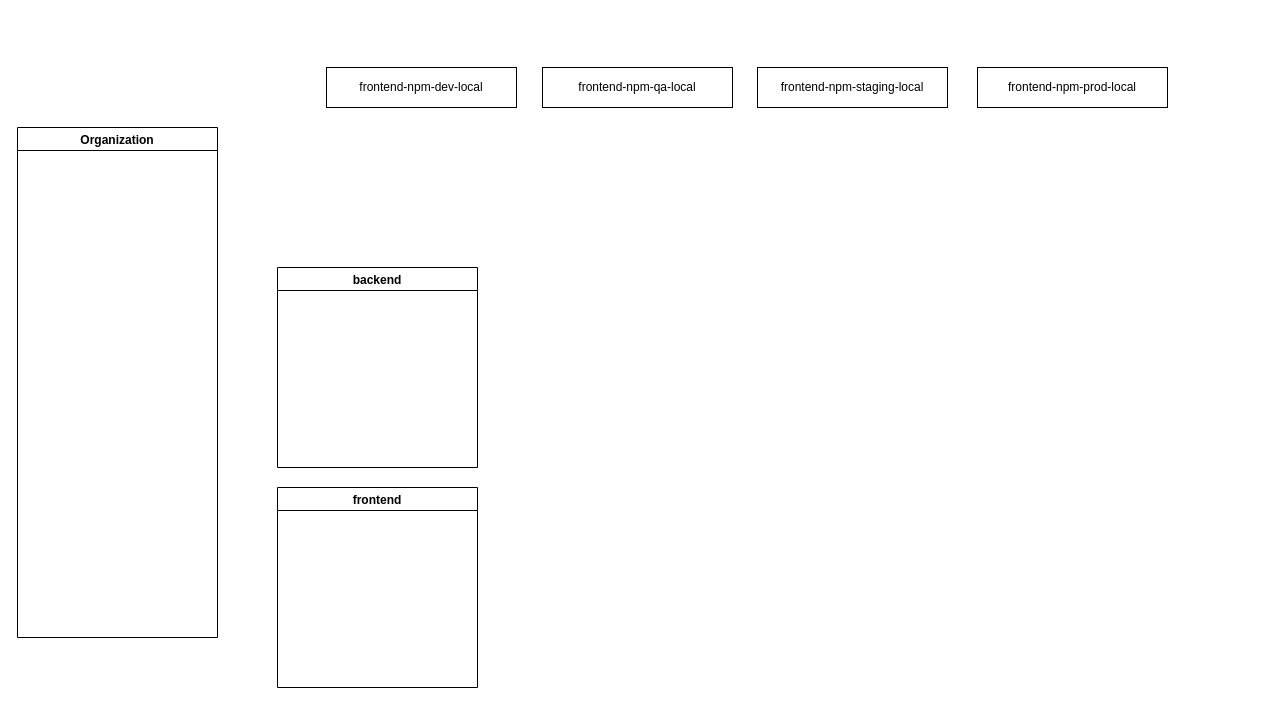
This is 未命名绘图.drawio from PanC123/hello, a draw.io file, before an edit. Source tidied: cells renumbered, new cells numbered last; positions are measured from the earlier drawing's top-left corner, leaving out a move shared by most shapes. Both pictures are drawn from the tidied source at 100%, with x=0, y=0 at pixel (17, 67).
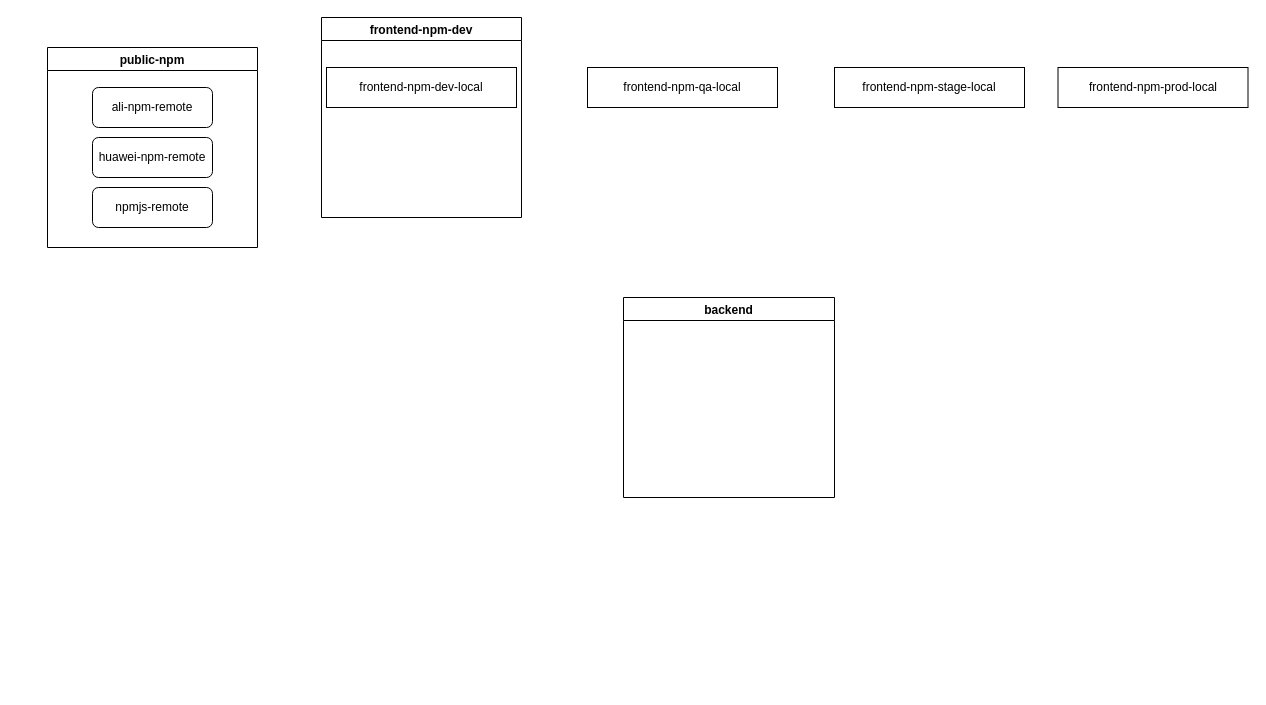
The same page after the edit.

Commit message:
更新未命名绘图.drawio

The edit, as a diff of the source:
```diff
@@
 <mxGraphModel>
   <root>
     <mxCell id="0" />
     <mxCell id="1" parent="0" />
     <mxCell id="2" value="backend" style="swimlane;" parent="1" vertex="1">
-      <mxGeometry x="260" y="200" width="200" height="200" as="geometry" />
+      <mxGeometry x="606" y="230" width="211" height="200" as="geometry" />
     </mxCell>
-    <mxCell id="3" value="frontend" style="swimlane;" parent="1" vertex="1">
-      <mxGeometry x="260" y="420" width="200" height="200" as="geometry" />
+    <mxCell id="3" value="frontend-npm-dev" style="swimlane;" parent="1" vertex="1">
+      <mxGeometry x="304" y="-50" width="200" height="200" as="geometry" />
     </mxCell>
+    <mxCell id="5" value="frontend-npm-dev-local" style="whiteSpace=wrap;html=1;" parent="3" vertex="1">
+      <mxGeometry x="5" y="50" width="190" height="40" as="geometry" />
+    </mxCell>
-    <mxCell id="4" value="Organization" style="swimlane;startSize=23;" parent="1" vertex="1">
-      <mxGeometry y="60" width="200" height="510" as="geometry" />
+    <mxCell id="4" value="public-npm" style="swimlane;startSize=23;" parent="1" vertex="1">
+      <mxGeometry x="30" y="-20" width="210" height="200" as="geometry" />
     </mxCell>
-    <mxCell id="5" value="frontend-npm-dev-local" style="whiteSpace=wrap;html=1;" parent="1" vertex="1">
-      <mxGeometry x="309" width="190" height="40" as="geometry" />
-    </mxCell>
+    <mxCell id="9" value="ali-npm-remote" style="rounded=1;whiteSpace=wrap;html=1;" parent="4" vertex="1">
+      <mxGeometry x="45" y="40" width="120" height="40" as="geometry" />
+    </mxCell>
+    <mxCell id="10" value="huawei-npm-remote" style="rounded=1;whiteSpace=wrap;html=1;" parent="4" vertex="1">
+      <mxGeometry x="45" y="90" width="120" height="40" as="geometry" />
+    </mxCell>
+    <mxCell id="11" value="npmjs-remote" style="rounded=1;whiteSpace=wrap;html=1;" parent="4" vertex="1">
+      <mxGeometry x="45" y="140" width="120" height="40" as="geometry" />
+    </mxCell>
     <mxCell id="6" value="frontend-npm-qa-local" style="whiteSpace=wrap;html=1;" parent="1" vertex="1">
-      <mxGeometry x="525" width="190" height="40" as="geometry" />
+      <mxGeometry x="570" width="190" height="40" as="geometry" />
     </mxCell>
-    <mxCell id="7" value="frontend-npm-staging-local" style="whiteSpace=wrap;html=1;" parent="1" vertex="1">
-      <mxGeometry x="740" width="190" height="40" as="geometry" />
+    <mxCell id="7" value="frontend-npm-stage-local" style="whiteSpace=wrap;html=1;" parent="1" vertex="1">
+      <mxGeometry x="817" width="190" height="40" as="geometry" />
     </mxCell>
     <mxCell id="8" value="frontend-npm-prod-local" style="whiteSpace=wrap;html=1;" parent="1" vertex="1">
-      <mxGeometry x="960" width="190" height="40" as="geometry" />
+      <mxGeometry x="1040.5" width="190" height="40" as="geometry" />
     </mxCell>
   </root>
 </mxGraphModel>
```
